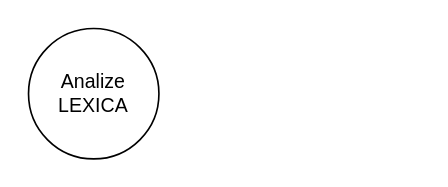
Above: compilador.dio in rossiniroberto52/compilador (draw.io), before the change. Source tidied: cells renumbered, new cells numbered last; positions are measured from the earlier drawing's top-left corner, leaving out a move shared by most shapes. Both pictures are drawn from the tidied source at 163%, with x=0, y=0 at pixel (28, 28).
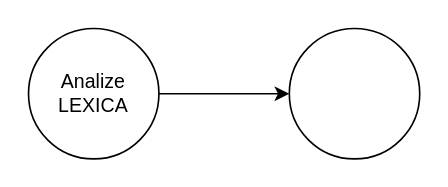
Above is the later version.

Commit message (it also covers changes not shown here):
changing if/else adding

What changed in the source:
```diff
@@
 <mxGraphModel>
   <root>
     <mxCell id="0" />
     <mxCell id="1" parent="0" />
+    <mxCell id="3" style="edgeStyle=none;html=1;entryX=0;entryY=0.5;entryDx=0;entryDy=0;" parent="1" edge="1" source="2" target="4">
+      <mxGeometry relative="1" as="geometry" />
+    </mxCell>
     <mxCell id="2" value="Analize LEXICA" style="ellipse;whiteSpace=wrap;html=1;" parent="1" vertex="1">
       <mxGeometry width="80" height="80" as="geometry" />
     </mxCell>
+    <mxCell id="4" style="ellipse;whiteSpace=wrap;html=1;" parent="1" vertex="1">
+      <mxGeometry x="160" width="80" height="80" as="geometry" />
+    </mxCell>
   </root>
 </mxGraphModel>
```
